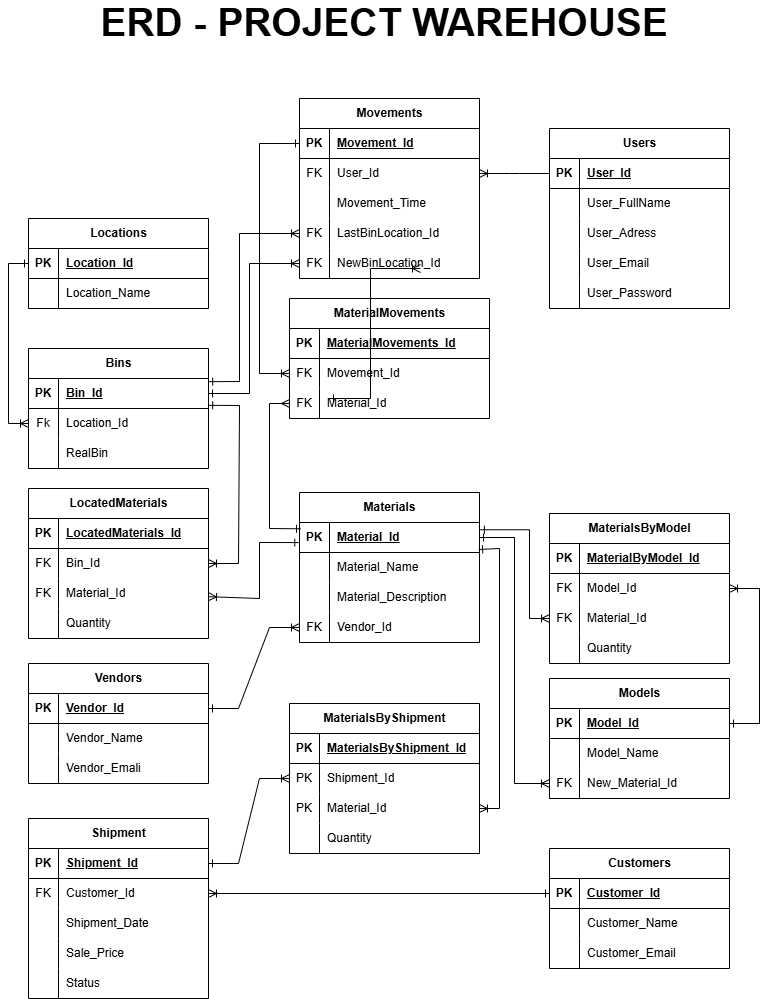
The draw.io diagram Project Warehouse/ERD-PROJECT WAREHOUSE.png in 2442-NET-FS-Test-Automation/JesusQuintero, before a commit. Source tidied: cells renumbered, new cells last; positions are measured from the earlier drawing's top-left corner, leaving out a move shared by most shapes.
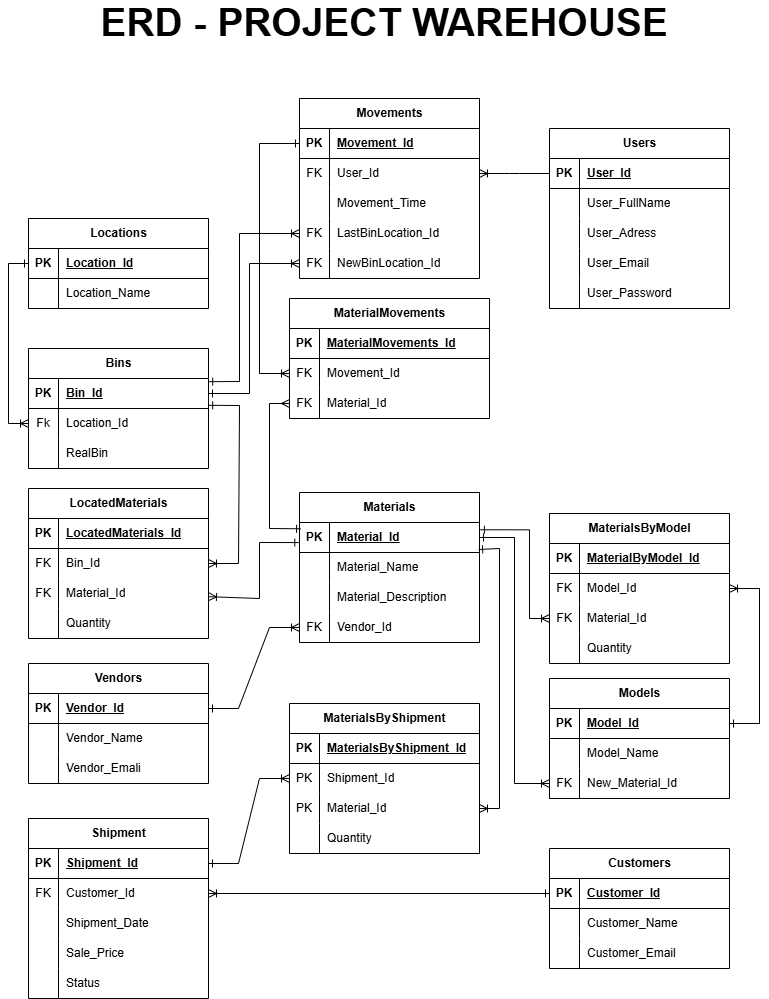
After the change.

What changed in the source:
```diff
@@ -555,16 +555,6 @@
         </Array>
       </mxGeometry>
     </mxCell>
-    <mxCell id="173" style="endArrow=ERone;html=1;rounded=0;entryX=1;entryY=0.5;entryDx=0;entryDy=0;exitX=0;exitY=0.5;exitDx=0;exitDy=0;startArrow=ERoneToMany;startFill=0;endFill=0;" parent="1" edge="1">
-      <mxGeometry relative="1" as="geometry">
-        <mxPoint x="412" y="260" as="sourcePoint" />
-        <mxPoint x="321" y="390" as="targetPoint" />
-        <Array as="points">
-          <mxPoint x="362" y="260" />
-          <mxPoint x="362" y="390" />
-        </Array>
-      </mxGeometry>
-    </mxCell>
     <mxCell id="174" style="endArrow=ERone;html=1;rounded=0;entryX=1.001;entryY=0.106;entryDx=0;entryDy=0;exitX=0;exitY=0.5;exitDx=0;exitDy=0;startArrow=ERoneToMany;startFill=0;endFill=0;entryPerimeter=0;" parent="1" edge="1" source="59" target="92">
       <mxGeometry relative="1" as="geometry">
         <Array as="points">
```
